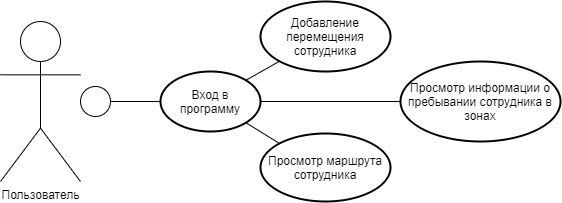
The draw.io diagram Документация и картинки/Сценарий использования.png in VektorHL/LB, before a commit. Source tidied: cells renumbered, new cells last; positions are measured from the earlier drawing's top-left corner, leaving out a move shared by most shapes.
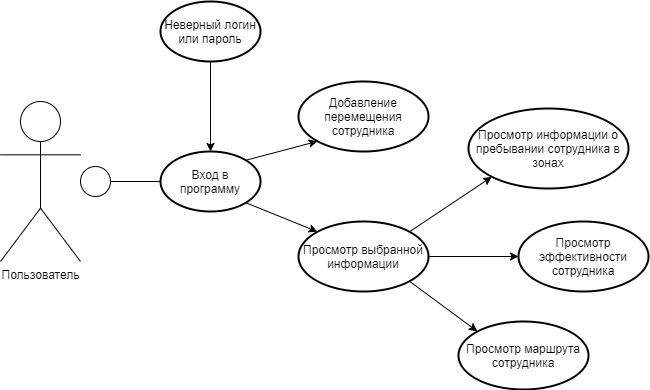
After the change.

Diff of the diagram source:
```diff
@@ -15,22 +15,40 @@
       <mxGeometry x="160" y="70" width="100" height="60" as="geometry" />
     </mxCell>
     <mxCell id="6" value="Добавление перемещения сотрудника" style="strokeWidth=2;html=1;shape=mxgraph.flowchart.start_1;whiteSpace=wrap;" parent="1" vertex="1">
-      <mxGeometry x="260" width="130" height="70" as="geometry" />
+      <mxGeometry x="298" width="130" height="70" as="geometry" />
     </mxCell>
     <mxCell id="7" value="Просмотр маршрута сотрудника" style="strokeWidth=2;html=1;shape=mxgraph.flowchart.start_1;whiteSpace=wrap;" parent="1" vertex="1">
-      <mxGeometry x="260" y="132" width="130" height="68" as="geometry" />
+      <mxGeometry x="458" y="240" width="130" height="68" as="geometry" />
     </mxCell>
+    <mxCell id="10" value="Просмотр информации о пребывании сотрудника в зонах" style="strokeWidth=2;html=1;shape=mxgraph.flowchart.start_1;whiteSpace=wrap;" parent="1" vertex="1">
+      <mxGeometry x="468" y="27" width="160" height="80" as="geometry" />
+    </mxCell>
+    <mxCell id="12" style="edgeStyle=orthogonalEdgeStyle;rounded=0;jettySize=auto;html=1;exitX=1;exitY=0.5;exitDx=0;exitDy=0;exitPerimeter=0;entryX=0;entryY=0.5;entryDx=0;entryDy=0;entryPerimeter=0;" parent="1" edge="1" source="13" target="14">
+      <mxGeometry relative="1" as="geometry" />
+    </mxCell>
+    <mxCell id="13" value="Просмотр выбранной информации" style="strokeWidth=2;html=1;shape=mxgraph.flowchart.start_1;whiteSpace=wrap;" parent="1" vertex="1">
+      <mxGeometry x="298" y="140" width="130" height="70" as="geometry" />
+    </mxCell>
+    <mxCell id="14" value="Просмотр эффективности сотрудника" style="strokeWidth=2;html=1;shape=mxgraph.flowchart.start_1;whiteSpace=wrap;" parent="1" vertex="1">
+      <mxGeometry x="518" y="140" width="130" height="70" as="geometry" />
+    </mxCell>
+    <mxCell id="15" style="edgeStyle=orthogonalEdgeStyle;rounded=0;jettySize=auto;html=1;exitX=0.5;exitY=1;exitDx=0;exitDy=0;exitPerimeter=0;entryX=0.5;entryY=0;entryDx=0;entryDy=0;entryPerimeter=0;" parent="1" edge="1" source="16" target="5">
+      <mxGeometry relative="1" as="geometry" />
+    </mxCell>
+    <mxCell id="16" value="Неверный логин или пароль" style="strokeWidth=2;html=1;shape=mxgraph.flowchart.start_1;whiteSpace=wrap;" parent="1" vertex="1">
+      <mxGeometry x="160" y="-80" width="100" height="60" as="geometry" />
+    </mxCell>
+    <mxCell id="17" style="rounded=0;jettySize=auto;html=1;exitX=0.855;exitY=0.145;exitDx=0;exitDy=0;exitPerimeter=0;entryX=0.145;entryY=0.855;entryDx=0;entryDy=0;entryPerimeter=0;" parent="1" edge="1" source="13" target="10">
+      <mxGeometry relative="1" as="geometry" />
+    </mxCell>
+    <mxCell id="18" style="rounded=0;jettySize=auto;html=1;exitX=0.855;exitY=0.855;exitDx=0;exitDy=0;exitPerimeter=0;entryX=0.145;entryY=0.145;entryDx=0;entryDy=0;entryPerimeter=0;" parent="1" edge="1" source="13" target="7">
+      <mxGeometry relative="1" as="geometry" />
+    </mxCell>
-    <mxCell id="8" style="endArrow=none;html=1;rounded=0;exitX=0.855;exitY=0.145;exitDx=0;exitDy=0;entryX=0.145;entryY=0.855;entryDx=0;entryDy=0;entryPerimeter=0;exitPerimeter=0;" parent="1" edge="1" source="5" target="6">
+    <mxCell id="8" style="rounded=0;jettySize=auto;html=1;exitX=0.855;exitY=0.145;exitDx=0;exitDy=0;exitPerimeter=0;entryX=0.145;entryY=0.855;entryDx=0;entryDy=0;entryPerimeter=0;" parent="1" edge="1" source="5" target="6">
       <mxGeometry relative="1" as="geometry" />
     </mxCell>
-    <mxCell id="9" style="endArrow=none;html=1;rounded=0;exitX=0.855;exitY=0.855;exitDx=0;exitDy=0;entryX=0.145;entryY=0.145;entryDx=0;entryDy=0;entryPerimeter=0;exitPerimeter=0;" parent="1" edge="1" source="5" target="7">
-      <mxGeometry relative="1" as="geometry" />
-    </mxCell>
-    <mxCell id="10" value="Просмотр информации о пребывании сотрудника в зонах" style="strokeWidth=2;html=1;shape=mxgraph.flowchart.start_1;whiteSpace=wrap;" parent="1" vertex="1">
-      <mxGeometry x="400" y="60" width="160" height="80" as="geometry" />
-    </mxCell>
-    <mxCell id="11" style="endArrow=none;html=1;rounded=0;exitX=1;exitY=0.5;exitDx=0;exitDy=0;entryX=0;entryY=0.5;entryDx=0;entryDy=0;entryPerimeter=0;exitPerimeter=0;" parent="1" edge="1" source="5" target="10">
-      <mxGeometry relative="1" as="geometry" />
-    </mxCell>
+    <mxCell id="19" style="rounded=0;jettySize=auto;html=1;exitX=0.855;exitY=0.855;exitDx=0;exitDy=0;exitPerimeter=0;entryX=0.145;entryY=0.145;entryDx=0;entryDy=0;entryPerimeter=0;" parent="1" edge="1" source="5" target="13">
+      <mxGeometry relative="1" as="geometry" />
+    </mxCell>
   </root>
 </mxGraphModel>
```
